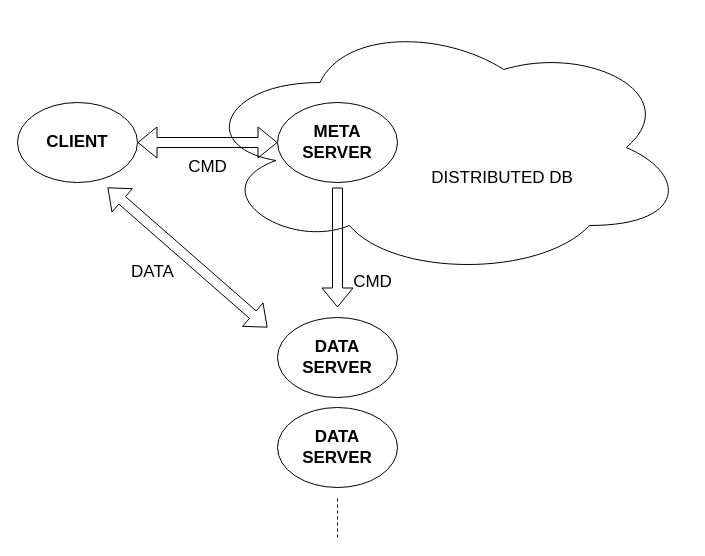
Above: diagrams/architettura/6.drawio in ale99WGiais/tesina_iot (draw.io), before the change. Source tidied: cells renumbered, new cells numbered last; positions are measured from the earlier drawing's top-left corner, leaving out a move shared by most shapes. Both pictures are drawn from the tidied source at 100%, with x=0, y=0 at pixel (17, 17).
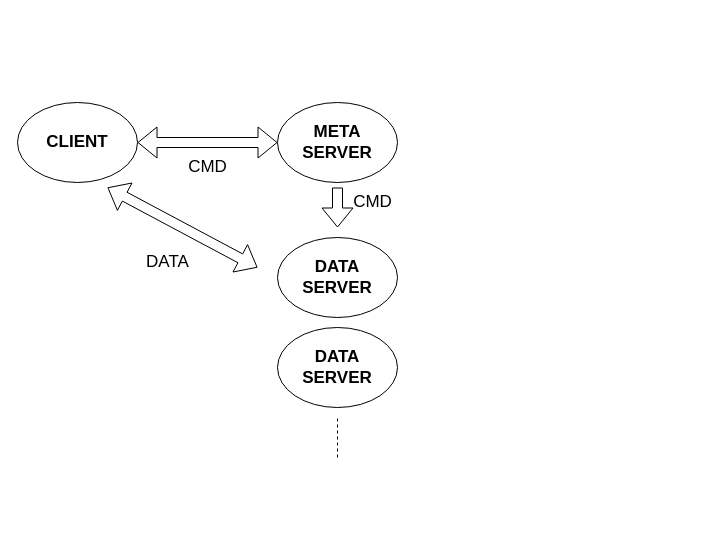
Above is the later version.

Diff of the diagram source:
```diff
@@
 <mxGraphModel>
   <root>
     <mxCell id="0" />
     <mxCell id="1" parent="0" />
-    <mxCell id="2" value="&lt;blockquote style=&quot;margin: 0 0 0 40px ; border: none ; padding: 0px&quot;&gt;&lt;blockquote style=&quot;margin: 0 0 0 40px ; border: none ; padding: 0px&quot;&gt;&lt;blockquote style=&quot;margin: 0 0 0 40px ; border: none ; padding: 0px&quot;&gt;&lt;br&gt;&lt;/blockquote&gt;&lt;blockquote style=&quot;margin: 0 0 0 40px ; border: none ; padding: 0px&quot;&gt;&lt;br&gt;&lt;/blockquote&gt;&lt;blockquote style=&quot;margin: 0 0 0 40px ; border: none ; padding: 0px&quot;&gt;&lt;br&gt;&lt;/blockquote&gt;&lt;blockquote style=&quot;margin: 0 0 0 40px ; border: none ; padding: 0px&quot;&gt;DISTRIBUTED DB&lt;/blockquote&gt;&lt;/blockquote&gt;&lt;/blockquote&gt;" style="ellipse;shape=cloud;whiteSpace=wrap;html=1;fontSize=17;" parent="1" vertex="1">
-      <mxGeometry x="180" width="490" height="260" as="geometry" />
-    </mxCell>
     <mxCell id="3" value="CLIENT" style="ellipse;whiteSpace=wrap;html=1;fontStyle=1;fontSize=17;" parent="1" vertex="1">
       <mxGeometry y="85" width="120" height="80" as="geometry" />
     </mxCell>
     <mxCell id="4" value="META SERVER" style="ellipse;whiteSpace=wrap;html=1;fontStyle=1;fontSize=17;" parent="1" vertex="1">
       <mxGeometry x="260" y="85" width="120" height="80" as="geometry" />
     </mxCell>
     <mxCell id="5" value="CMD" style="text;html=1;align=center;verticalAlign=middle;fontSize=17;" parent="1" vertex="1">
       <mxGeometry x="165" y="135" width="50" height="30" as="geometry" />
     </mxCell>
     <mxCell id="6" style="shape=flexArrow;endArrow=classic;startArrow=classic;html=1;fontSize=17;exitX=1;exitY=0.5;exitDx=0;exitDy=0;entryX=0;entryY=0.5;entryDx=0;entryDy=0;" parent="1" edge="1" source="3" target="4">
       <mxGeometry relative="1" as="geometry" />
     </mxCell>
     <mxCell id="7" value="DATA SERVER" style="ellipse;whiteSpace=wrap;html=1;fontStyle=1;fontSize=17;" parent="1" vertex="1">
-      <mxGeometry x="260" y="300" width="120" height="80" as="geometry" />
+      <mxGeometry x="260" y="220" width="120" height="80" as="geometry" />
     </mxCell>
     <mxCell id="8" value="DATA SERVER" style="ellipse;whiteSpace=wrap;html=1;fontStyle=1;fontSize=17;" parent="1" vertex="1">
-      <mxGeometry x="260" y="390" width="120" height="80" as="geometry" />
+      <mxGeometry x="260" y="310" width="120" height="80" as="geometry" />
     </mxCell>
     <mxCell id="9" style="endArrow=none;dashed=1;html=1;fontSize=17;" parent="1" edge="1">
       <mxGeometry relative="1" as="geometry">
-        <mxPoint x="320" y="520" as="sourcePoint" />
-        <mxPoint x="320" y="480" as="targetPoint" />
+        <mxPoint x="320" y="440" as="sourcePoint" />
+        <mxPoint x="320" y="400" as="targetPoint" />
       </mxGeometry>
     </mxCell>
     <mxCell id="10" style="shape=flexArrow;endArrow=classic;startArrow=classic;html=1;fontSize=17;" parent="1" edge="1">
       <mxGeometry relative="1" as="geometry">
         <mxPoint x="90" y="170" as="sourcePoint" />
-        <mxPoint x="250" y="310" as="targetPoint" />
+        <mxPoint x="240" y="250" as="targetPoint" />
       </mxGeometry>
     </mxCell>
     <mxCell id="11" value="DATA" style="text;html=1;align=center;verticalAlign=middle;fontSize=17;" parent="1" vertex="1">
-      <mxGeometry x="105" y="240" width="60" height="30" as="geometry" />
+      <mxGeometry x="120" y="230" width="60" height="30" as="geometry" />
     </mxCell>
     <mxCell id="12" style="shape=flexArrow;endArrow=classic;html=1;fontSize=17;" parent="1" edge="1">
       <mxGeometry relative="1" as="geometry">
         <mxPoint x="320" y="170" as="sourcePoint" />
-        <mxPoint x="320" y="290" as="targetPoint" />
+        <mxPoint x="320" y="210" as="targetPoint" />
       </mxGeometry>
     </mxCell>
     <mxCell id="13" value="CMD" style="text;html=1;align=center;verticalAlign=middle;fontSize=17;" parent="1" vertex="1">
-      <mxGeometry x="330" y="250" width="50" height="30" as="geometry" />
+      <mxGeometry x="330" y="170" width="50" height="30" as="geometry" />
     </mxCell>
   </root>
 </mxGraphModel>
```
